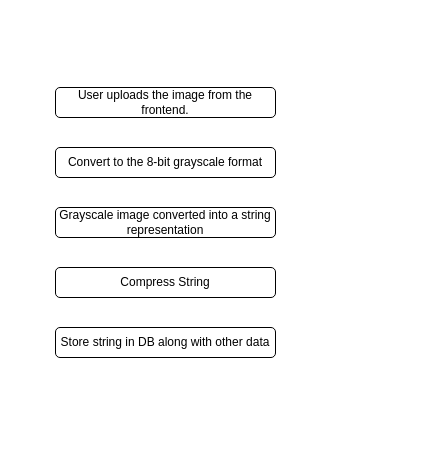
aditya-deo/gan-paper-2-diagrams keeps this draw.io diagram as Flowchart.drawio. Above is the earlier version. Source tidied: cells renumbered, new cells numbered last; positions are measured from the earlier drawing's top-left corner, leaving out a move shared by most shapes. Both pictures are drawn from the tidied source at 100%, with x=0, y=0 at pixel (55, 87).
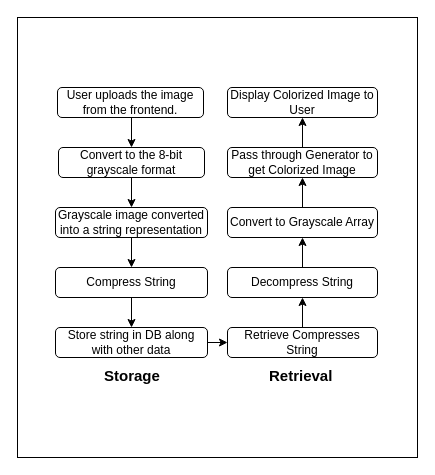
The same page after the edit.

What changed in the source:
```diff
@@
+    <mxCell id="7" style="edgeStyle=orthogonalEdgeStyle;rounded=0;jettySize=auto;html=1;exitX=0.5;exitY=1;exitDx=0;exitDy=0;entryX=0.5;entryY=0;entryDx=0;entryDy=0;" parent="1" edge="1" source="2" target="3">
+      <mxGeometry relative="1" as="geometry" />
+    </mxCell>
     <mxCell id="2" value="User uploads the image from the frontend." style="rounded=1;whiteSpace=wrap;html=1;" parent="1" vertex="1">
-      <mxGeometry width="220" height="30" as="geometry" />
+      <mxGeometry x="2" width="146" height="30" as="geometry" />
     </mxCell>
+    <mxCell id="8" style="edgeStyle=orthogonalEdgeStyle;rounded=0;jettySize=auto;html=1;exitX=0.5;exitY=1;exitDx=0;exitDy=0;entryX=0.5;entryY=0;entryDx=0;entryDy=0;" parent="1" edge="1" source="3" target="4">
+      <mxGeometry relative="1" as="geometry" />
+    </mxCell>
     <mxCell id="3" value="Convert to the 8-bit grayscale format" style="rounded=1;whiteSpace=wrap;html=1;" parent="1" vertex="1">
-      <mxGeometry y="60" width="220" height="30" as="geometry" />
+      <mxGeometry x="3" y="60" width="146" height="30" as="geometry" />
     </mxCell>
+    <mxCell id="9" style="edgeStyle=orthogonalEdgeStyle;rounded=0;jettySize=auto;html=1;exitX=0.5;exitY=1;exitDx=0;exitDy=0;entryX=0.5;entryY=0;entryDx=0;entryDy=0;" parent="1" edge="1" source="4" target="5">
+      <mxGeometry relative="1" as="geometry" />
+    </mxCell>
     <mxCell id="4" value="Grayscale image converted into a string representation" style="rounded=1;whiteSpace=wrap;html=1;" parent="1" vertex="1">
-      <mxGeometry y="120" width="220" height="30" as="geometry" />
+      <mxGeometry y="120" width="152" height="30" as="geometry" />
     </mxCell>
+    <mxCell id="10" style="edgeStyle=orthogonalEdgeStyle;rounded=0;jettySize=auto;html=1;exitX=0.5;exitY=1;exitDx=0;exitDy=0;entryX=0.5;entryY=0;entryDx=0;entryDy=0;" parent="1" edge="1" source="5" target="6">
+      <mxGeometry relative="1" as="geometry" />
+    </mxCell>
     <mxCell id="5" value="Compress String" style="rounded=1;whiteSpace=wrap;html=1;" parent="1" vertex="1">
-      <mxGeometry y="180" width="220" height="30" as="geometry" />
+      <mxGeometry y="180" width="152" height="30" as="geometry" />
     </mxCell>
+    <mxCell id="11" style="edgeStyle=orthogonalEdgeStyle;rounded=0;jettySize=auto;html=1;exitX=1;exitY=0.5;exitDx=0;exitDy=0;entryX=0;entryY=0.5;entryDx=0;entryDy=0;" parent="1" edge="1" source="6" target="13">
+      <mxGeometry relative="1" as="geometry" />
+    </mxCell>
     <mxCell id="6" value="Store string in DB along with other data" style="rounded=1;whiteSpace=wrap;html=1;" parent="1" vertex="1">
-      <mxGeometry y="240" width="220" height="30" as="geometry" />
+      <mxGeometry y="240" width="152" height="30" as="geometry" />
     </mxCell>
+    <mxCell id="12" style="edgeStyle=orthogonalEdgeStyle;rounded=0;jettySize=auto;html=1;exitX=0.5;exitY=0;exitDx=0;exitDy=0;entryX=0.5;entryY=1;entryDx=0;entryDy=0;" parent="1" edge="1" source="13" target="15">
+      <mxGeometry relative="1" as="geometry" />
+    </mxCell>
+    <mxCell id="13" value="Retrieve Compresses String" style="rounded=1;whiteSpace=wrap;html=1;" parent="1" vertex="1">
+      <mxGeometry x="172" y="240" width="150" height="30" as="geometry" />
+    </mxCell>
+    <mxCell id="14" style="edgeStyle=orthogonalEdgeStyle;rounded=0;jettySize=auto;html=1;exitX=0.5;exitY=0;exitDx=0;exitDy=0;entryX=0.5;entryY=1;entryDx=0;entryDy=0;" parent="1" edge="1" source="15" target="17">
+      <mxGeometry relative="1" as="geometry" />
+    </mxCell>
+    <mxCell id="15" value="Decompress String" style="rounded=1;whiteSpace=wrap;html=1;" parent="1" vertex="1">
+      <mxGeometry x="172" y="180" width="150" height="30" as="geometry" />
+    </mxCell>
+    <mxCell id="16" style="edgeStyle=orthogonalEdgeStyle;rounded=0;jettySize=auto;html=1;exitX=0.5;exitY=0;exitDx=0;exitDy=0;entryX=0.5;entryY=1;entryDx=0;entryDy=0;" parent="1" edge="1" source="17" target="19">
+      <mxGeometry relative="1" as="geometry" />
+    </mxCell>
+    <mxCell id="17" value="Convert to Grayscale Array" style="rounded=1;whiteSpace=wrap;html=1;" parent="1" vertex="1">
+      <mxGeometry x="172" y="120" width="150" height="30" as="geometry" />
+    </mxCell>
+    <mxCell id="18" style="edgeStyle=orthogonalEdgeStyle;rounded=0;jettySize=auto;html=1;exitX=0.5;exitY=0;exitDx=0;exitDy=0;entryX=0.5;entryY=1;entryDx=0;entryDy=0;" parent="1" edge="1" source="19" target="20">
+      <mxGeometry relative="1" as="geometry" />
+    </mxCell>
+    <mxCell id="19" value="Pass through Generator to get Colorized Image" style="rounded=1;whiteSpace=wrap;html=1;" parent="1" vertex="1">
+      <mxGeometry x="172" y="60" width="150" height="30" as="geometry" />
+    </mxCell>
+    <mxCell id="20" value="Display Colorized Image to User" style="rounded=1;whiteSpace=wrap;html=1;" parent="1" vertex="1">
+      <mxGeometry x="172" width="150" height="30" as="geometry" />
+    </mxCell>
+    <mxCell id="21" value="&lt;h1 style=&quot;font-size: 15px;&quot;&gt;Storage&lt;/h1&gt;" style="text;html=1;strokeColor=none;fillColor=none;spacing=5;spacingTop=-20;whiteSpace=wrap;overflow=hidden;rounded=0;fontSize=15;" parent="1" vertex="1">
+      <mxGeometry x="44" y="280" width="64" height="40" as="geometry" />
+    </mxCell>
+    <mxCell id="22" value="&lt;h1 style=&quot;font-size: 15px;&quot;&gt;Retrieval&lt;/h1&gt;" style="text;html=1;strokeColor=none;fillColor=none;spacing=5;spacingTop=-20;whiteSpace=wrap;overflow=hidden;rounded=0;fontSize=15;" parent="1" vertex="1">
+      <mxGeometry x="208.5" y="280" width="77" height="40" as="geometry" />
+    </mxCell>
+    <mxCell id="23" style="rounded=0;whiteSpace=wrap;html=1;fillColor=none;" parent="1" vertex="1">
+      <mxGeometry x="-38" y="-70" width="400" height="440" as="geometry" />
+    </mxCell>
```
